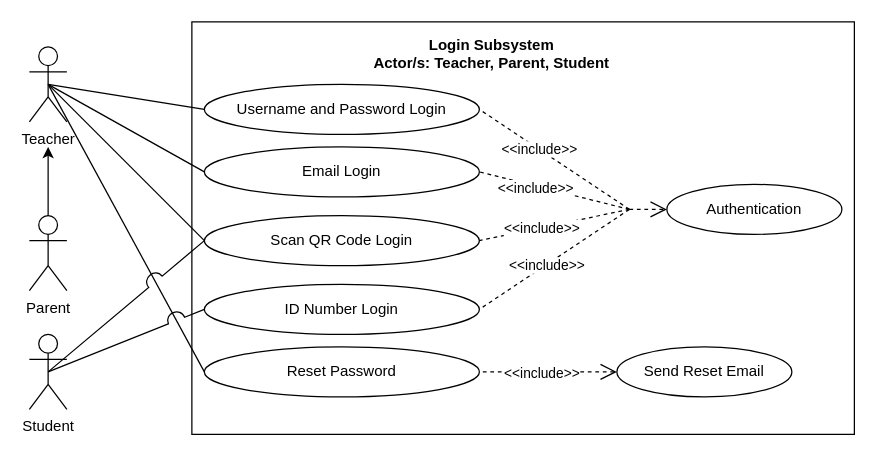
Earlier version of the draw.io diagram page "LOG IN" (2 of 7) of REVISIONS/UML-DIAGRAMS/Diagrams 5-29-2021/Diagram.drawio (mrklglsn/CAPSTONE-FILES). Source tidied: cells renumbered, new cells numbered last; positions are measured from the earlier drawing's top-left corner, leaving out a move shared by most shapes. Both pictures are drawn from the tidied source at 125%, with x=0, y=0 at pixel (29, 21).
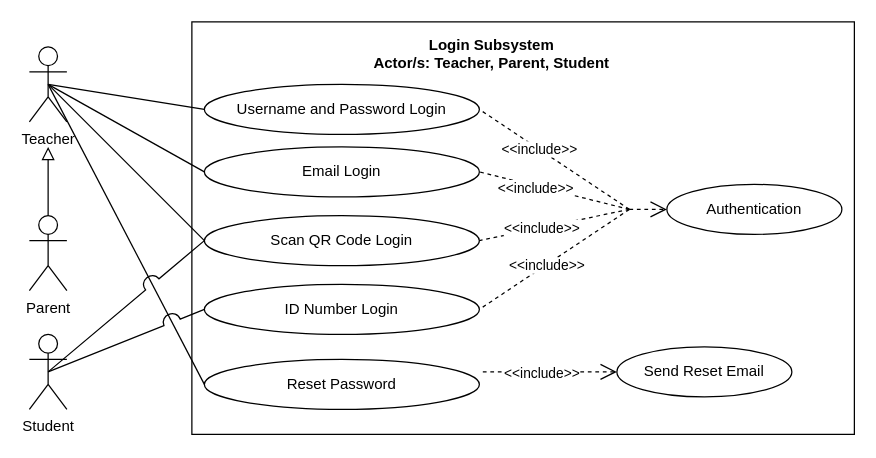
Above is the later version.

Unchanged cells that the change refers to:
```xml
<mxCell id="31" value="Parent" style="shape=umlActor;verticalLabelPosition=bottom;verticalAlign=top;html=1;fillColor=none;" parent="1" vertex="1">
  <mxGeometry y="155" width="30" height="60" as="geometry" />
</mxCell>
```

The edit, as a diff of the source:
```diff
@@
     <mxCell id="24" value="Reset Password" style="ellipse;whiteSpace=wrap;html=1;fillColor=none;" parent="1" vertex="1">
-      <mxGeometry x="140" y="260" width="220" height="40" as="geometry" />
+      <mxGeometry x="140" y="270" width="220" height="40" as="geometry" />
     </mxCell>
@@
-    <mxCell id="30" style="edgeStyle=orthogonalEdgeStyle;rounded=0;jettySize=auto;html=1;exitX=0.5;exitY=0;exitDx=0;exitDy=0;exitPerimeter=0;" parent="1" edge="1" source="31">
+    <mxCell id="30" style="edgeStyle=orthogonalEdgeStyle;rounded=0;jettySize=auto;html=1;exitX=0.5;exitY=0;exitDx=0;exitDy=0;exitPerimeter=0;endArrow=block;endFill=0;endSize=8;" parent="1" edge="1" source="31">
       <mxGeometry relative="1" as="geometry">
         <mxPoint x="15" y="100" as="targetPoint" />
       </mxGeometry>
     </mxCell>
```
